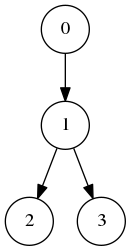
Earlier version of the Graphviz export states.png (dvberkel/bergen). Its source is kept beside it as states.dot.
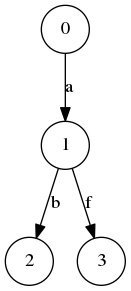
Above is the later version.

Commit message:
Provide labels

The edit, as a diff of the source:
```diff
@@ -1,6 +1,6 @@
 digraph {
   node [shape=circle];
-  0 -> 1;
-  1 -> 2;
-  1 -> 3;
+  0 -> 1 [label="a"];
+  1 -> 2 [label="b"];
+  1 -> 3 [label="f"];
 }
```
